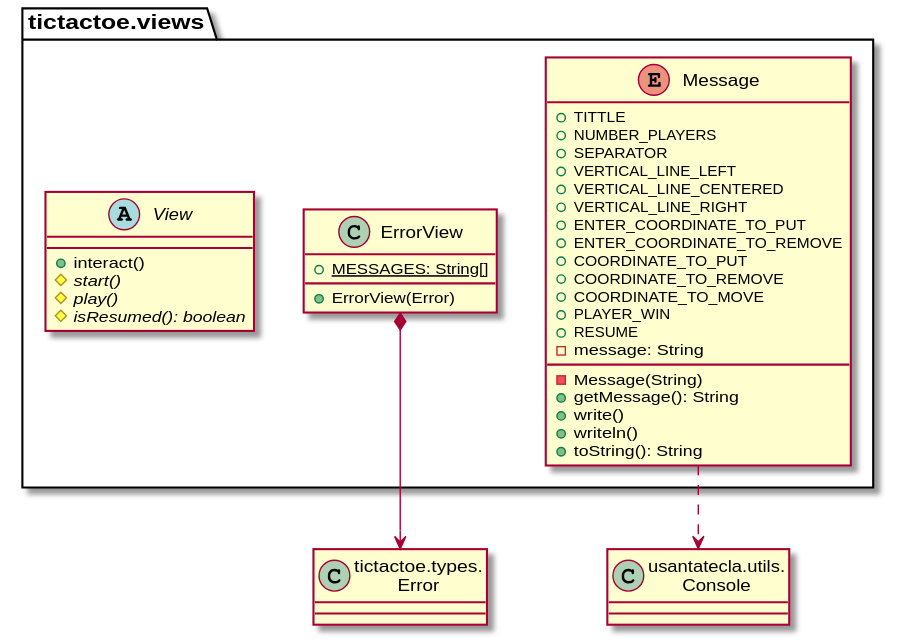
Before: modelViewPresenter/presentationModel/basic/docs/diagrams/out/paquetes/paqueteTicTacToeViews.svg, a diagram exported from PlantUML (Jolucaa/USantaTecla-project-ticTacToe).
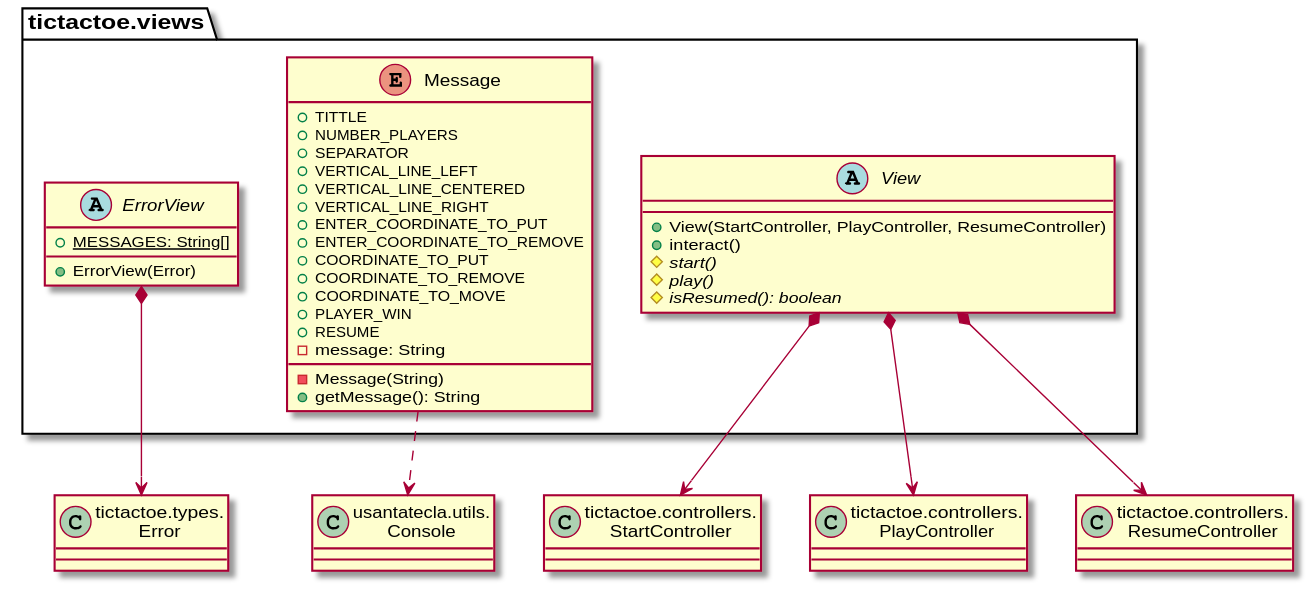
After the change.

Diff of the diagram source:
```diff
@@ -1,41 +1,45 @@
 @startuml
-class Error as "tictactoe.types.\nError" {}
-class Console as "usantatecla.utils.\nConsole" {}
+class Error as "tictactoe.types.\nError"
+class StartController as "tictactoe.controllers.\nStartController"
+class PlayController as "tictactoe.controllers.\nPlayController"
+class ResumeController as "tictactoe.controllers.\nResumeController"
+class Console as "usantatecla.utils.\nConsole"
 
-class  tictactoe.views.ErrorView{
-+ {static} MESSAGES: String[]
-+ ErrorView(Error)
+abstract class  tictactoe.views.ErrorView{
+  + {static} MESSAGES: String[]
+  + ErrorView(Error)
 }
 tictactoe.views.ErrorView *-down-> Error
 
 enum  tictactoe.views.Message{
-+ TITTLE
-+ NUMBER_PLAYERS
-+ SEPARATOR
-+ VERTICAL_LINE_LEFT
-+ VERTICAL_LINE_CENTERED
-+ VERTICAL_LINE_RIGHT
-+ ENTER_COORDINATE_TO_PUT
-+ ENTER_COORDINATE_TO_REMOVE
-+ COORDINATE_TO_PUT
-+ COORDINATE_TO_REMOVE
-+ COORDINATE_TO_MOVE
-+ PLAYER_WIN
-+ RESUME
-- message: String
-- Message(String)
-+ getMessage(): String
-+ write()
-+ writeln()
-+ toString(): String
+  + TITTLE
+  + NUMBER_PLAYERS
+  + SEPARATOR
+  + VERTICAL_LINE_LEFT
+  + VERTICAL_LINE_CENTERED
+  + VERTICAL_LINE_RIGHT
+  + ENTER_COORDINATE_TO_PUT
+  + ENTER_COORDINATE_TO_REMOVE
+  + COORDINATE_TO_PUT
+  + COORDINATE_TO_REMOVE
+  + COORDINATE_TO_MOVE
+  + PLAYER_WIN
+  + RESUME
+  - message: String
+  - Message(String)
+  + getMessage(): String
 }
 
 tictactoe.views.Message .down.> Console
 
 abstract class tictactoe.views.View {
-+ interact()
-# {abstract} start()
-# {abstract} play()
-# {abstract} isResumed(): boolean
+  + View(StartController, PlayController, ResumeController)
+  + interact()
+  # {abstract} start()
+  # {abstract} play()
+  # {abstract} isResumed(): boolean
 }
+tictactoe.views.View *-down-> StartController
+tictactoe.views.View *-down-> PlayController
+tictactoe.views.View *-down-> ResumeController
 @enduml
```
